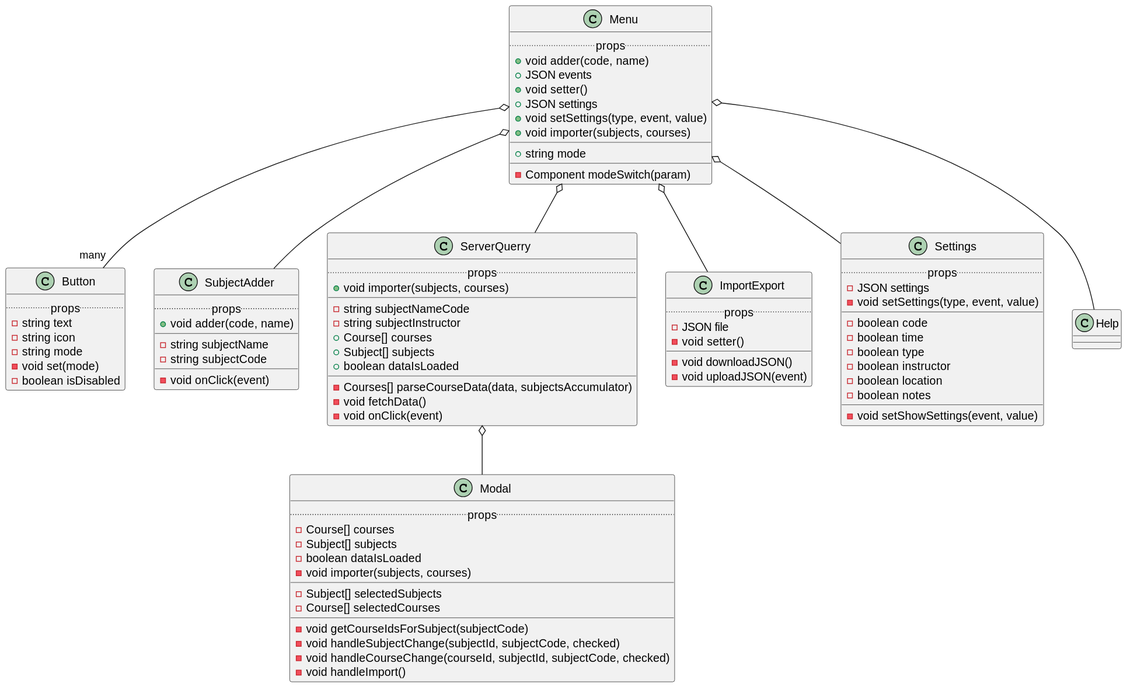
Vdor01/orarendtervezo keeps this PlantUML diagram as out/uml/menu/Menu.svg. Above is the earlier version. Its diagram source:
```plantuml
@startuml
class Menu {
    .. props ..
    + void adder(code, name)
    + JSON events
    + void setter()
    + JSON settings
    + void setSettings(type, event, value)
    + void importer(subjects, courses)
    __
    + string mode
    __
    - Component modeSwitch(param)
}

class Button {
    .. props ..
    - string text
    - string icon
    - string mode
    - void set(mode)
    - boolean isDisabled
}

class SubjectAdder {
    .. props ..
    + void adder(code, name)
    __
    - string subjectName
    - string subjectCode
    __
    - void onClick(event)
}

class ServerQuerry {
    .. props ..
    + void importer(subjects, courses)
    __
    - string subjectNameCode
    - string subjectInstructor
    + Course[] courses
    + Subject[] subjects
    + boolean dataIsLoaded
    __
    - Courses[] parseCourseData(data, subjectsAccumulator)
    - void fetchData()
    - void onClick(event)
}

class ImportExport {
    .. props ..
    - JSON file
    - void setter()
    __
    - void downloadJSON()
    - void uploadJSON(event)
}

class Settings {
    .. props ..
    - JSON settings
    - void setSettings(type, event, value)
    __
    - boolean code
    - boolean time
    - boolean type
    - boolean instructor
    - boolean location
    - boolean notes
    __
    - void setShowSettings(event, value)
}

class Help {}

class Modal {
    .. props ..
    - Course[] courses
    - Subject[] subjects
    - boolean dataIsLoaded
    - void importer(subjects, courses)
    __
    - Subject[] selectedSubjects
    - Course[] selectedCourses
    __
    - void getCourseIdsForSubject(subjectCode)
    - void handleSubjectChange(subjectId, subjectCode, checked)
    - void handleCourseChange(courseId, subjectId, subjectCode, checked)
    - void handleImport()
}

Menu o-- "many" Button
Menu o-- SubjectAdder
Menu o-- ServerQuerry
Menu o-- ImportExport
Menu o-- Settings
Menu o-- Help
ServerQuerry o-- Modal
@enduml
```
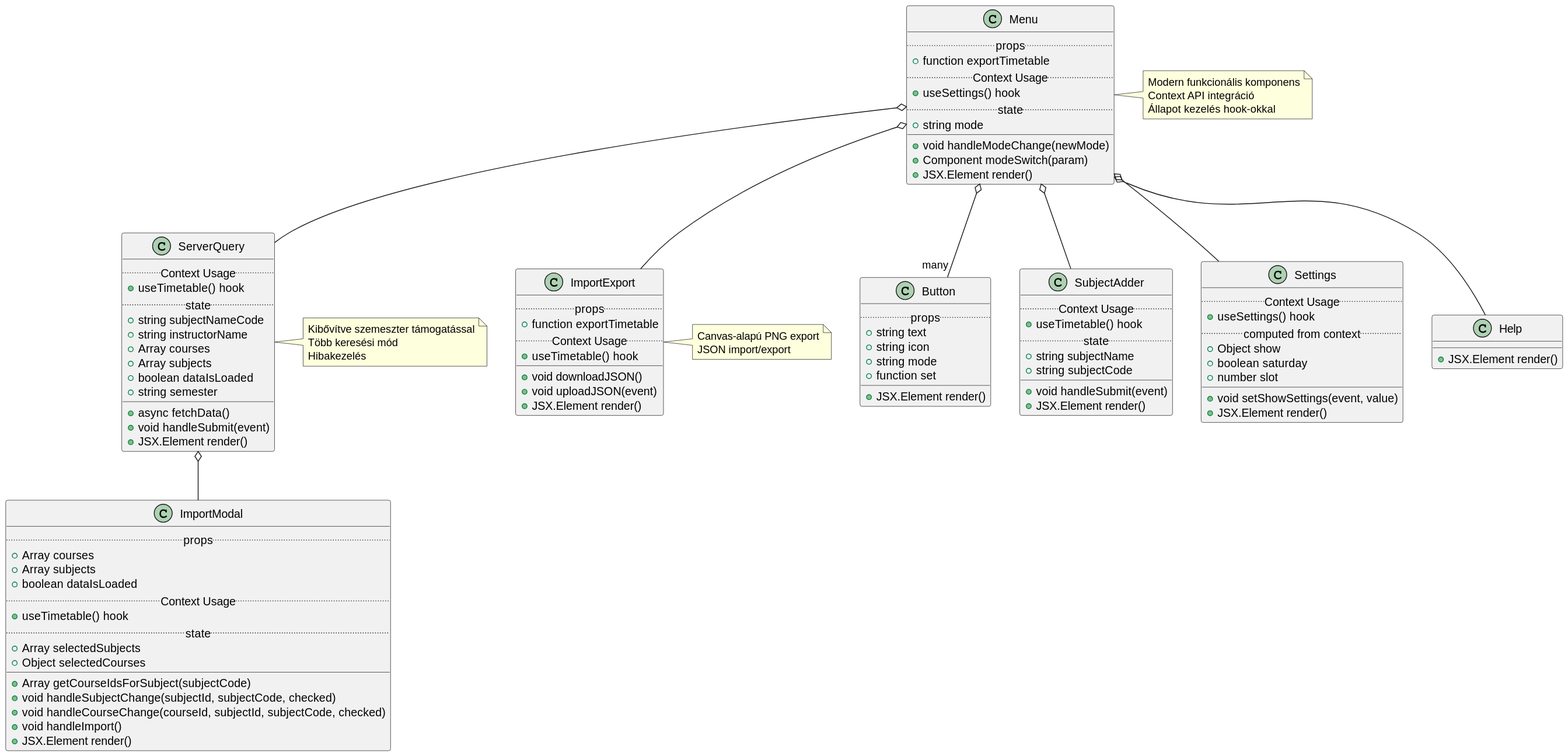
Later version of the same file.

What changed in the source:
```diff
@@ -1,99 +1,121 @@
 @startuml
 class Menu {
     .. props ..
-    + void adder(code, name)
-    + JSON events
-    + void setter()
-    + JSON settings
-    + void setSettings(type, event, value)
-    + void importer(subjects, courses)
-    __
+    + function exportTimetable
+    .. Context Usage ..
+    + useSettings() hook
+    .. state ..
     + string mode
     __
-    - Component modeSwitch(param)
+    + void handleModeChange(newMode)
+    + Component modeSwitch(param)
+    + JSX.Element render()
 }
 
 class Button {
     .. props ..
-    - string text
-    - string icon
-    - string mode
-    - void set(mode)
-    - boolean isDisabled
+    + string text
+    + string icon
+    + string mode
+    + function set
+    __
+    + JSX.Element render()
 }
 
 class SubjectAdder {
-    .. props ..
-    + void adder(code, name)
+    .. Context Usage ..
+    + useTimetable() hook
+    .. state ..
+    + string subjectName
+    + string subjectCode
     __
-    - string subjectName
-    - string subjectCode
-    __
-    - void onClick(event)
+    + void handleSubmit(event)
+    + JSX.Element render()
 }
 
-class ServerQuerry {
-    .. props ..
-    + void importer(subjects, courses)
+class ServerQuery {
+    .. Context Usage ..
+    + useTimetable() hook
+    .. state ..
+    + string subjectNameCode
+    + string instructorName
+    + Array courses
+    + Array subjects
+    + boolean dataIsLoaded
+    + string semester
     __
-    - string subjectNameCode
-    - string subjectInstructor
-    + Course[] courses
-    + Subject[] subjects
-    + boolean dataIsLoaded
-    __
-    - Courses[] parseCourseData(data, subjectsAccumulator)
-    - void fetchData()
-    - void onClick(event)
+    + async fetchData()
+    + void handleSubmit(event)
+    + JSX.Element render()
 }
 
 class ImportExport {
     .. props ..
-    - JSON file
-    - void setter()
+    + function exportTimetable
+    .. Context Usage ..
+    + useTimetable() hook
     __
-    - void downloadJSON()
-    - void uploadJSON(event)
+    + void downloadJSON()
+    + void uploadJSON(event)
+    + JSX.Element render()
+}
+
+class ImportModal {
+    .. props ..
+    + Array courses
+    + Array subjects
+    + boolean dataIsLoaded
+    .. Context Usage ..
+    + useTimetable() hook
+    .. state ..
+    + Array selectedSubjects
+    + Object selectedCourses
+    __
+    + Array getCourseIdsForSubject(subjectCode)
+    + void handleSubjectChange(subjectId, subjectCode, checked)
+    + void handleCourseChange(courseId, subjectId, subjectCode, checked)
+    + void handleImport()
+    + JSX.Element render()
 }
 
 class Settings {
-    .. props ..
-    - JSON settings
-    - void setSettings(type, event, value)
+    .. Context Usage ..
+    + useSettings() hook
+    .. computed from context ..
+    + Object show
+    + boolean saturday
+    + number slot
     __
-    - boolean code
-    - boolean time
-    - boolean type
-    - boolean instructor
-    - boolean location
-    - boolean notes
-    __
-    - void setShowSettings(event, value)
+    + void setShowSettings(event, value)
+    + JSX.Element render()
 }
 
-class Help {}
-
-class Modal {
-    .. props ..
-    - Course[] courses
-    - Subject[] subjects
-    - boolean dataIsLoaded
-    - void importer(subjects, courses)
-    __
-    - Subject[] selectedSubjects
-    - Course[] selectedCourses
-    __
-    - void getCourseIdsForSubject(subjectCode)
-    - void handleSubjectChange(subjectId, subjectCode, checked)
-    - void handleCourseChange(courseId, subjectId, subjectCode, checked)
-    - void handleImport()
+class Help {
+    + JSX.Element render()
 }
 
 Menu o-- "many" Button
 Menu o-- SubjectAdder
-Menu o-- ServerQuerry
+Menu o-- ServerQuery
 Menu o-- ImportExport
 Menu o-- Settings
 Menu o-- Help
-ServerQuerry o-- Modal
+ServerQuery o-- ImportModal
+
+note right of Menu
+    Modern funkcionális komponens
+    Context API integráció
+    Állapot kezelés hook-okkal
+end note
+
+note right of ServerQuery
+    Kibővítve szemeszter támogatással
+    Több keresési mód
+    Hibakezelés
+end note
+
+note right of ImportExport
+    Canvas-alapú PNG export
+    JSON import/export
+end note
 @enduml
```
